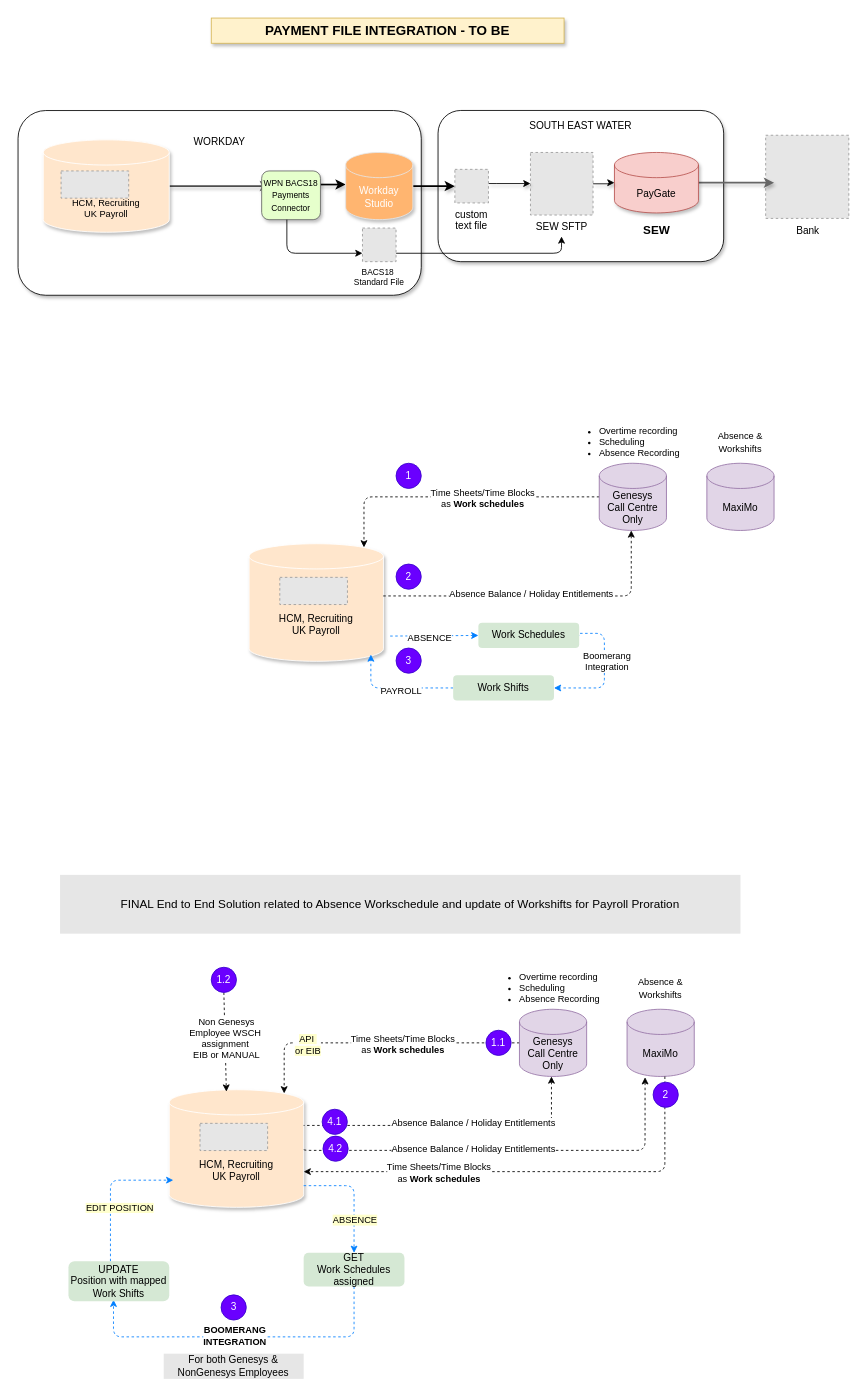
Earlier version of the draw.io diagram SEW Drawing Board for all topics.drawio (sandyaroma/sandyaroma). Source tidied: cells renumbered, new cells numbered last; positions are measured from the earlier drawing's top-left corner, leaving out a move shared by most shapes. Both pictures are drawn from the tidied source at 84%, with x=0, y=0 at pixel (18, 18). Pictures stored in the file or linked from it are replaced by grey dashed boxes.
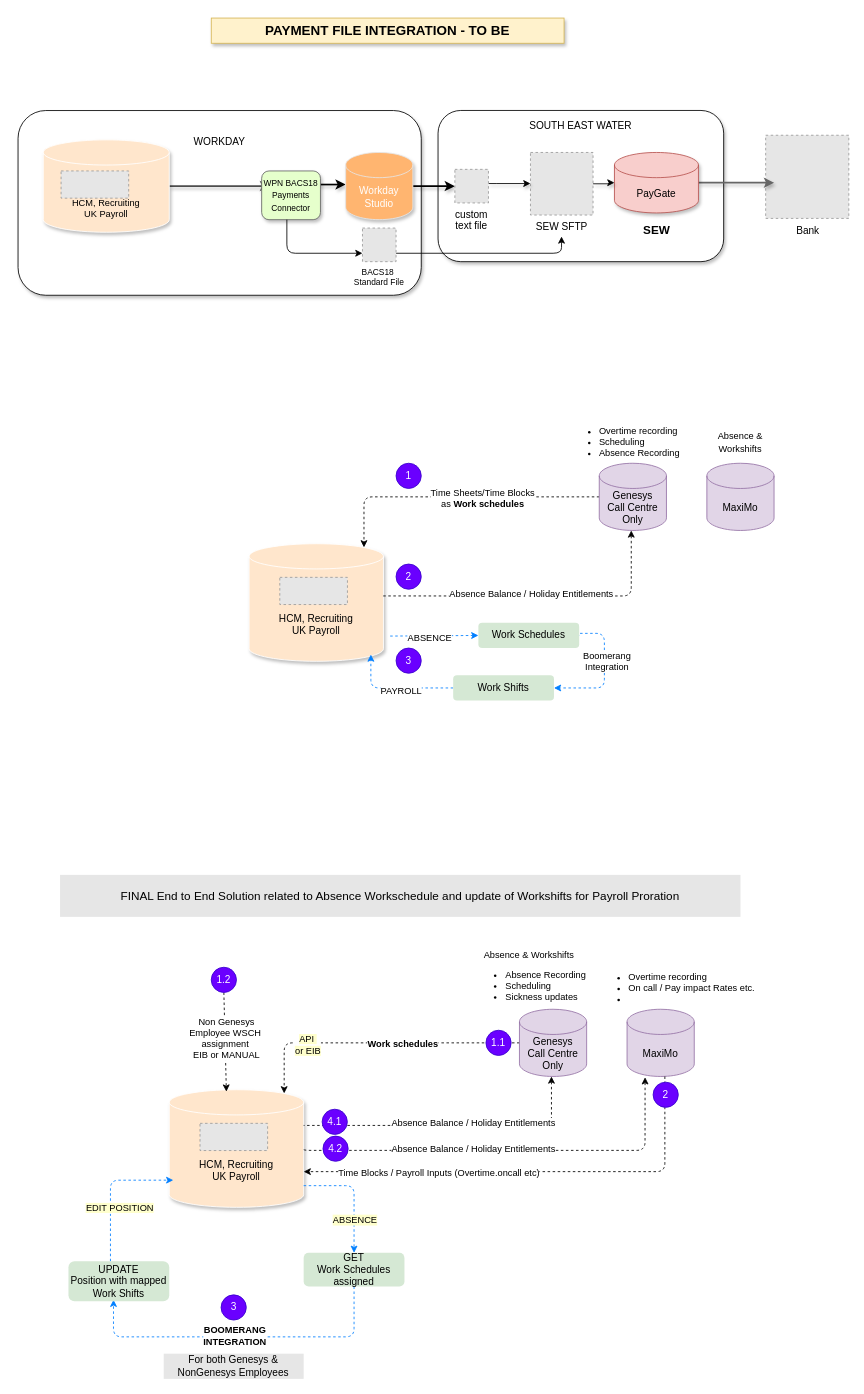
The same page after the edit.

Unchanged cells that the change refers to:
```xml
<mxCell id="47" style="edgeStyle=orthogonalEdgeStyle;rounded=1;jettySize=auto;html=1;entryX=0.855;entryY=0;entryDx=0;entryDy=4.35;entryPerimeter=0;dashed=1;curved=0;" parent="1" edge="1" target="44">
  <mxGeometry relative="1" as="geometry">
    <mxPoint x="615" y="1220" as="sourcePoint" />
    <Array as="points">
      <mxPoint x="317" y="1220" />
    </Array>
  </mxGeometry>
</mxCell>
<mxCell id="69" style="edgeStyle=orthogonalEdgeStyle;rounded=1;jettySize=auto;html=1;entryX=1;entryY=0;entryDx=0;entryDy=97.5;entryPerimeter=0;curved=0;dashed=1;" parent="1" edge="1" source="46" target="44">
  <mxGeometry relative="1" as="geometry">
    <Array as="points">
      <mxPoint x="770" y="1373" />
    </Array>
  </mxGeometry>
</mxCell>
```

The edit, as a diff of the source:
```diff
@@
-    <mxCell id="48" value="Time Sheets/Time Blocks&lt;div&gt;as &lt;b&gt;Work schedules&lt;/b&gt;&lt;/div&gt;" style="edgeLabel;html=1;align=center;verticalAlign=middle;" parent="47" vertex="1">
+    <mxCell id="48" value="&lt;div&gt;&lt;b&gt;Work schedules&lt;/b&gt;&lt;/div&gt;" style="edgeLabel;html=1;align=center;verticalAlign=middle;" parent="47" vertex="1">
       <mxGeometry x="-0.12" y="1" relative="1" as="geometry" />
     </mxCell>
@@
-    <mxCell id="63" value="&lt;ul style=&quot;font-size: 11px;&quot;&gt;&lt;li&gt;Overtime recording&lt;/li&gt;&lt;li&gt;Scheduling&lt;/li&gt;&lt;li&gt;Absence Recording&lt;/li&gt;&lt;/ul&gt;" style="text;html=1;align=left;verticalAlign=middle;whiteSpace=wrap;rounded=0;" parent="1" vertex="1">
-      <mxGeometry x="555" y="1140" width="180.5" height="30" as="geometry" />
+    <mxCell id="63" value="&lt;ul style=&quot;font-size: 11px;&quot;&gt;&lt;li&gt;Overtime recording&lt;/li&gt;&lt;li&gt;On call / Pay impact Rates etc.&lt;/li&gt;&lt;li&gt;&lt;br&gt;&lt;/li&gt;&lt;/ul&gt;" style="text;html=1;align=left;verticalAlign=middle;whiteSpace=wrap;rounded=0;" parent="1" vertex="1">
+      <mxGeometry x="684.5" y="1140" width="205.5" height="30" as="geometry" />
     </mxCell>
-    <mxCell id="64" value="&lt;font style=&quot;font-size: 11px;&quot;&gt;Absence &amp;amp; Workshifts&lt;/font&gt;" style="text;html=1;align=center;verticalAlign=middle;whiteSpace=wrap;rounded=0;" parent="1" vertex="1">
-      <mxGeometry x="715" y="1140" width="100" height="30" as="geometry" />
+    <mxCell id="64" value="&lt;font style=&quot;font-size: 11px;&quot;&gt;Absence &amp;amp; Workshifts&lt;/font&gt;&lt;div&gt;&lt;font style=&quot;font-size: 11px;&quot;&gt;&lt;ul style=&quot;text-align: left;&quot;&gt;&lt;li&gt;Absence Recording&lt;/li&gt;&lt;li&gt;Scheduling&lt;/li&gt;&lt;li&gt;Sickness updates&lt;/li&gt;&lt;/ul&gt;&lt;/font&gt;&lt;/div&gt;" style="text;html=1;align=center;verticalAlign=middle;whiteSpace=wrap;rounded=0;" parent="1" vertex="1">
+      <mxGeometry x="529.5" y="1130" width="157" height="30" as="geometry" />
     </mxCell>
@@
     <mxCell id="68" value="&lt;font style=&quot;font-size: 14px;&quot;&gt;FINAL End to End Solution related to Absence Workschedule and update of Workshifts for Payroll Proration&lt;/font&gt;" style="text;html=1;align=center;verticalAlign=middle;whiteSpace=wrap;rounded=0;fillColor=#E6E6E6;" parent="1" vertex="1">
-      <mxGeometry x="50" y="1020" width="810" height="70" as="geometry" />
+      <mxGeometry x="50" y="1020" width="810" height="50" as="geometry" />
     </mxCell>
@@
-    <mxCell id="70" value="Time Sheets/Time Blocks&lt;div&gt;as&amp;nbsp;&lt;b&gt;Work schedules&lt;/b&gt;&lt;/div&gt;" style="edgeLabel;html=1;align=center;verticalAlign=middle;" parent="69" vertex="1">
+    <mxCell id="70" value="Time Blocks / Payroll Inputs (Overtime.oncall etc)" style="edgeLabel;html=1;align=center;verticalAlign=middle;" parent="69" vertex="1">
       <mxGeometry x="0.41" y="1" relative="1" as="geometry" />
     </mxCell>
```
